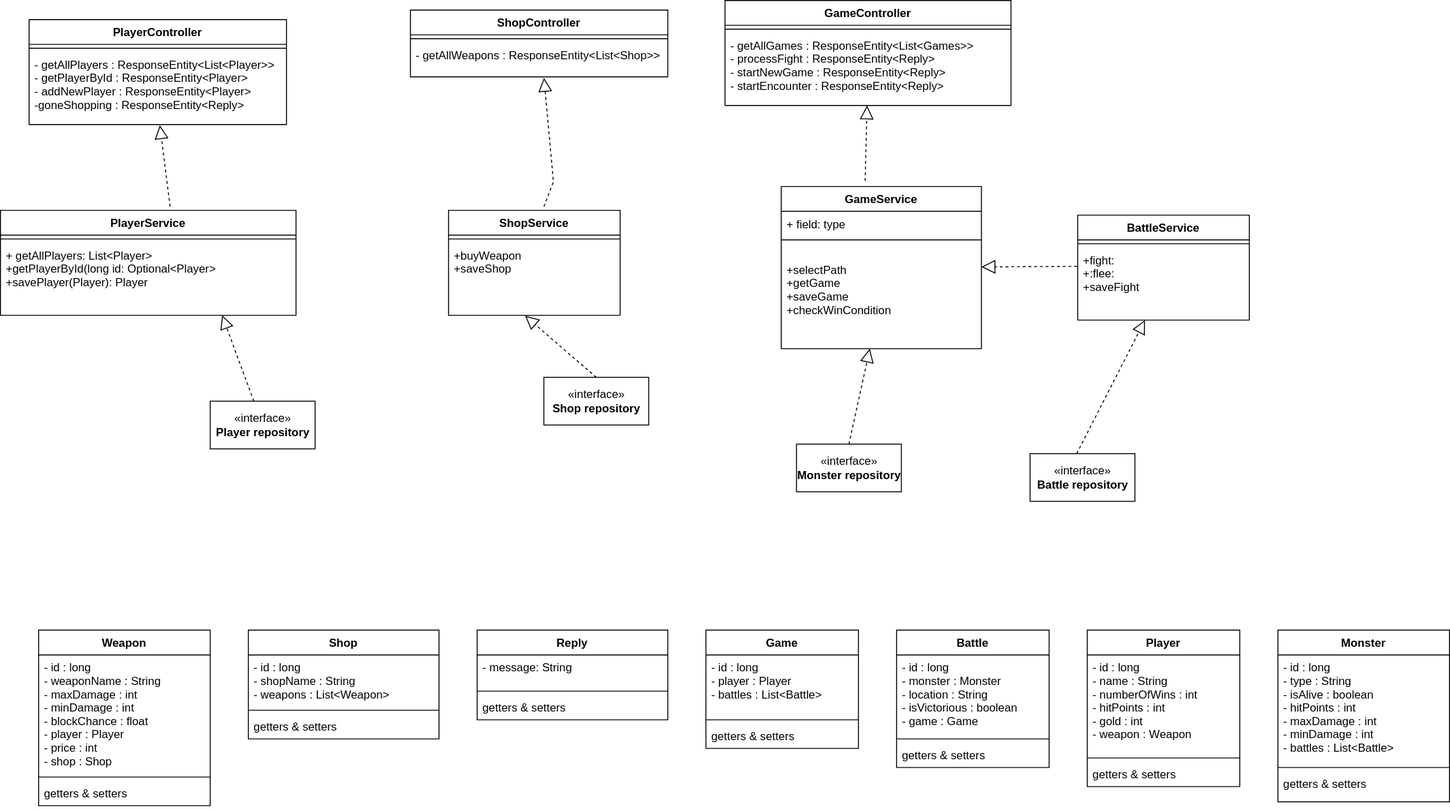
The draw.io diagram team7_uml.svg in RawMal/backend_project, before a commit. Source tidied: cells renumbered, new cells last; positions are measured from the earlier drawing's top-left corner, leaving out a move shared by most shapes.
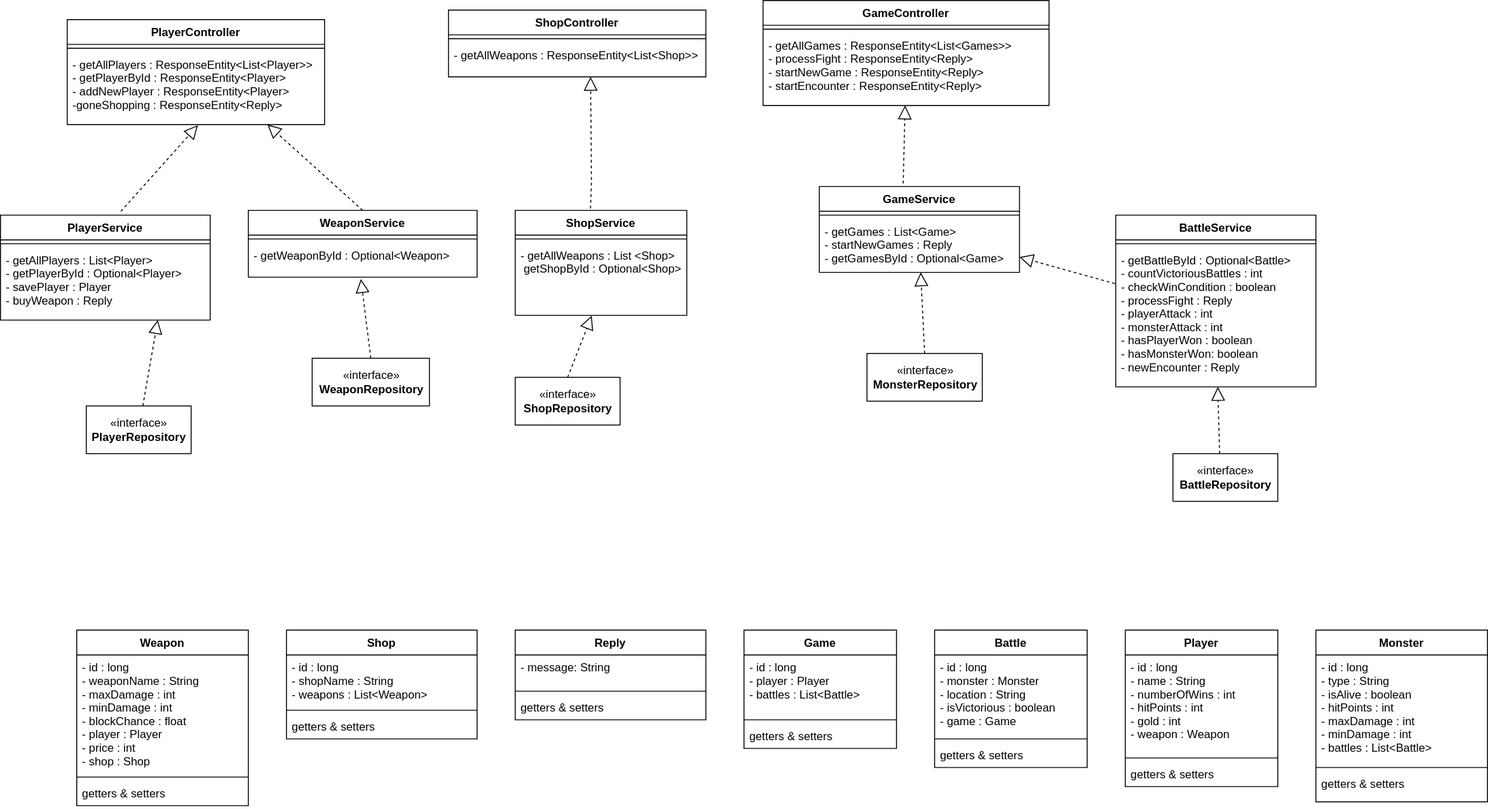
Later version of the same file.

Commit message:
added all relevant properties and methods to UML

Diff of the diagram source:
```diff
@@ -38,26 +38,26 @@
     <mxCell id="13" value="getters &amp; setters" style="text;strokeColor=none;fillColor=none;align=left;verticalAlign=top;spacingLeft=4;spacingRight=4;overflow=hidden;" parent="10" vertex="1">
       <mxGeometry y="148" width="180" height="32" as="geometry" />
     </mxCell>
-    <mxCell id="14" value="«interface»&lt;br&gt;&lt;b&gt;Battle repository&lt;/b&gt;" style="html=1;" parent="1" vertex="1">
-      <mxGeometry x="1080" y="475" width="110" height="50" as="geometry" />
+    <mxCell id="14" value="«interface»&lt;br&gt;&lt;b&gt;BattleRepository&lt;/b&gt;" style="html=1;" parent="1" vertex="1">
+      <mxGeometry x="1190" y="475" width="110" height="50" as="geometry" />
     </mxCell>
-    <mxCell id="15" value="«interface»&lt;br&gt;&lt;b&gt;Player repository&lt;/b&gt;" style="html=1;" parent="1" vertex="1">
-      <mxGeometry x="220" y="420" width="110" height="50" as="geometry" />
+    <mxCell id="15" value="«interface»&lt;br&gt;&lt;b&gt;PlayerRepository&lt;/b&gt;" style="html=1;" parent="1" vertex="1">
+      <mxGeometry x="50" y="425" width="110" height="50" as="geometry" />
     </mxCell>
-    <mxCell id="16" value="«interface»&lt;br&gt;&lt;b&gt;Monster repository&lt;/b&gt;" style="html=1;" parent="1" vertex="1">
-      <mxGeometry x="835" y="465" width="110" height="50" as="geometry" />
+    <mxCell id="16" value="«interface»&lt;br&gt;&lt;b&gt;MonsterRepository&lt;/b&gt;" style="html=1;" parent="1" vertex="1">
+      <mxGeometry x="869" y="370" width="121" height="50" as="geometry" />
     </mxCell>
-    <mxCell id="17" value="«interface»&lt;br&gt;&lt;b&gt;Shop repository&lt;/b&gt;" style="html=1;" parent="1" vertex="1">
-      <mxGeometry x="570" y="395" width="110" height="50" as="geometry" />
+    <mxCell id="17" value="«interface»&lt;br&gt;&lt;b&gt;ShopRepository&lt;/b&gt;" style="html=1;" parent="1" vertex="1">
+      <mxGeometry x="500" y="395" width="110" height="50" as="geometry" />
     </mxCell>
     <mxCell id="18" value="PlayerService" style="swimlane;fontStyle=1;align=center;verticalAlign=top;horizontal=1;startSize=26;" parent="1" vertex="1">
-      <mxGeometry y="220" width="310" height="110" as="geometry" />
+      <mxGeometry x="-40" y="225" width="220" height="110" as="geometry" />
     </mxCell>
     <mxCell id="19" style="line;strokeWidth=1;fillColor=none;align=left;verticalAlign=middle;spacingTop=-1;spacingLeft=3;spacingRight=3;labelPosition=right;strokeColor=inherit;" parent="18" vertex="1">
-      <mxGeometry y="26" width="310" height="8" as="geometry" />
+      <mxGeometry y="26" width="220" height="8" as="geometry" />
     </mxCell>
-    <mxCell id="20" value="+ getAllPlayers: List&lt;Player&gt;&#10;+getPlayerById(long id: Optional&lt;Player&gt; &#10;+savePlayer(Player): Player" style="text;strokeColor=none;fillColor=none;align=left;verticalAlign=top;spacingLeft=4;spacingRight=4;overflow=hidden;points=[[0,0.5],[1,0.5]];portConstraint=eastwest;" parent="18" vertex="1">
-      <mxGeometry y="34" width="310" height="76" as="geometry" />
+    <mxCell id="20" value="- getAllPlayers : List&lt;Player&gt;&#10;- getPlayerById : Optional&lt;Player&gt;&#10;- savePlayer : Player&#10;- buyWeapon : Reply" style="text;strokeColor=none;fillColor=none;align=left;verticalAlign=top;spacingLeft=4;spacingRight=4;overflow=hidden;points=[[0,0.5],[1,0.5]];portConstraint=eastwest;" parent="18" vertex="1">
+      <mxGeometry y="34" width="220" height="76" as="geometry" />
     </mxCell>
     <mxCell id="21" value="GameController" style="swimlane;fontStyle=1;align=center;verticalAlign=top;horizontal=1;startSize=26;" parent="1" vertex="1">
       <mxGeometry x="760" width="300" height="110" as="geometry" />
@@ -78,16 +78,13 @@
       <mxGeometry y="34" width="270" height="76" as="geometry" />
     </mxCell>
     <mxCell id="27" value="GameService" style="swimlane;fontStyle=1;align=center;verticalAlign=top;horizontal=1;startSize=26;" parent="1" vertex="1">
-      <mxGeometry x="819" y="195" width="210" height="170" as="geometry" />
+      <mxGeometry x="819" y="195" width="210" height="90" as="geometry" />
     </mxCell>
-    <mxCell id="28" value="+ field: type" style="text;strokeColor=none;fillColor=none;align=left;verticalAlign=top;spacingLeft=4;spacingRight=4;overflow=hidden;" parent="27" vertex="1">
-      <mxGeometry y="26" width="210" height="26" as="geometry" />
-    </mxCell>
     <mxCell id="29" style="line;strokeWidth=1;fillColor=none;align=left;verticalAlign=middle;spacingTop=-1;spacingLeft=3;spacingRight=3;labelPosition=right;strokeColor=inherit;" parent="27" vertex="1">
-      <mxGeometry y="52" width="210" height="8" as="geometry" />
+      <mxGeometry y="26" width="210" height="8" as="geometry" />
     </mxCell>
-    <mxCell id="30" value="&#10;+selectPath&#10;+getGame&#10;+saveGame&#10;+checkWinCondition" style="text;strokeColor=none;fillColor=none;align=left;verticalAlign=top;spacingLeft=4;spacingRight=4;overflow=hidden;points=[[0,0.5],[1,0.5]];portConstraint=eastwest;" parent="27" vertex="1">
-      <mxGeometry y="60" width="210" height="110" as="geometry" />
+    <mxCell id="30" value="- getGames : List&lt;Game&gt;&#10;- startNewGames : Reply&#10;- getGamesById : Optional&lt;Game&gt;" style="text;strokeColor=none;fillColor=none;align=left;verticalAlign=top;spacingLeft=4;spacingRight=4;overflow=hidden;points=[[0,0.5],[1,0.5]];portConstraint=eastwest;" parent="27" vertex="1">
+      <mxGeometry y="34" width="210" height="56" as="geometry" />
     </mxCell>
     <mxCell id="31" style="endArrow=block;dashed=1;endFill=0;endSize=12;html=1;rounded=0;exitX=0.574;exitY=-0.036;exitDx=0;exitDy=0;entryX=0.508;entryY=1.01;entryDx=0;entryDy=0;entryPerimeter=0;exitPerimeter=0;" parent="1" edge="1" source="18" target="26">
       <mxGeometry relative="1" as="geometry" />
@@ -123,13 +120,13 @@
       <mxGeometry y="68" width="200" height="26" as="geometry" />
     </mxCell>
     <mxCell id="42" value="BattleService" style="swimlane;fontStyle=1;align=center;verticalAlign=top;horizontal=1;startSize=26;" parent="1" vertex="1">
-      <mxGeometry x="1130" y="225" width="180" height="110" as="geometry" />
+      <mxGeometry x="1130" y="225" width="210" height="180" as="geometry" />
     </mxCell>
     <mxCell id="43" style="line;strokeWidth=1;fillColor=none;align=left;verticalAlign=middle;spacingTop=-1;spacingLeft=3;spacingRight=3;labelPosition=right;strokeColor=inherit;" parent="42" vertex="1">
-      <mxGeometry y="26" width="180" height="8" as="geometry" />
+      <mxGeometry y="26" width="210" height="8" as="geometry" />
     </mxCell>
-    <mxCell id="44" value="+fight:&#10;+:flee:&#10;+saveFight  &#10;" style="text;strokeColor=none;fillColor=none;align=left;verticalAlign=top;spacingLeft=4;spacingRight=4;overflow=hidden;points=[[0,0.5],[1,0.5]];portConstraint=eastwest;" parent="42" vertex="1">
-      <mxGeometry y="34" width="180" height="76" as="geometry" />
+    <mxCell id="44" value="- getBattleById : Optional&lt;Battle&gt;&#10;- countVictoriousBattles : int&#10;- checkWinCondition : boolean&#10;- processFight : Reply&#10;- playerAttack : int&#10;- monsterAttack : int&#10;- hasPlayerWon : boolean&#10;- hasMonsterWon: boolean&#10;- newEncounter : Reply" style="text;strokeColor=none;fillColor=none;align=left;verticalAlign=top;spacingLeft=4;spacingRight=4;overflow=hidden;points=[[0,0.5],[1,0.5]];portConstraint=eastwest;" parent="42" vertex="1">
+      <mxGeometry y="34" width="210" height="146" as="geometry" />
     </mxCell>
     <mxCell id="45" value="Battle" style="swimlane;fontStyle=1;align=center;verticalAlign=top;horizontal=1;startSize=26;" parent="1" vertex="1">
       <mxGeometry x="940" y="660" width="160" height="144" as="geometry" />
@@ -147,15 +144,15 @@
       <mxGeometry relative="1" as="geometry" />
     </mxCell>
     <mxCell id="50" value="ShopService" style="swimlane;fontStyle=1;align=center;verticalAlign=top;horizontal=1;startSize=26;" parent="1" vertex="1">
-      <mxGeometry x="470" y="220" width="180" height="110" as="geometry" />
+      <mxGeometry x="500" y="220" width="180" height="110" as="geometry" />
     </mxCell>
     <mxCell id="51" style="line;strokeWidth=1;fillColor=none;align=left;verticalAlign=middle;spacingTop=-1;spacingLeft=3;spacingRight=3;labelPosition=right;strokeColor=inherit;" parent="50" vertex="1">
       <mxGeometry y="26" width="180" height="8" as="geometry" />
     </mxCell>
-    <mxCell id="52" value="+buyWeapon&#10;+saveShop  &#10;" style="text;strokeColor=none;fillColor=none;align=left;verticalAlign=top;spacingLeft=4;spacingRight=4;overflow=hidden;points=[[0,0.5],[1,0.5]];portConstraint=eastwest;" parent="50" vertex="1">
+    <mxCell id="52" value="- getAllWeapons : List &lt;Shop&gt;&#10; getShopById : Optional&lt;Shop&gt;" style="text;strokeColor=none;fillColor=none;align=left;verticalAlign=top;spacingLeft=4;spacingRight=4;overflow=hidden;points=[[0,0.5],[1,0.5]];portConstraint=eastwest;" parent="50" vertex="1">
       <mxGeometry y="34" width="180" height="76" as="geometry" />
     </mxCell>
-    <mxCell id="53" style="endArrow=block;dashed=1;endFill=0;endSize=12;html=1;rounded=0;exitX=0.556;exitY=-0.036;exitDx=0;exitDy=0;entryX=0.519;entryY=1.031;entryDx=0;entryDy=0;entryPerimeter=0;exitPerimeter=0;" parent="1" edge="1" source="50" target="64">
+    <mxCell id="53" style="endArrow=block;dashed=1;endFill=0;endSize=12;html=1;rounded=0;exitX=0.439;exitY=-0.018;exitDx=0;exitDy=0;exitPerimeter=0;entryX=0.552;entryY=1;entryDx=0;entryDy=0;entryPerimeter=0;" parent="1" edge="1" source="50" target="64">
       <mxGeometry relative="1" as="geometry">
         <Array as="points">
           <mxPoint x="580" y="190" />
@@ -195,5 +192,26 @@
     <mxCell id="64" value="- getAllWeapons : ResponseEntity&lt;List&lt;Shop&gt;&gt;" style="text;strokeColor=none;fillColor=none;align=left;verticalAlign=top;spacingLeft=4;spacingRight=4;overflow=hidden;points=[[0,0.5],[1,0.5]];portConstraint=eastwest;" parent="62" vertex="1">
       <mxGeometry y="34" width="270" height="36" as="geometry" />
     </mxCell>
+    <mxCell id="65" value="WeaponService" style="swimlane;fontStyle=1;align=center;verticalAlign=top;horizontal=1;startSize=26;" parent="1" vertex="1">
+      <mxGeometry x="220" y="220" width="240" height="70" as="geometry" />
+    </mxCell>
+    <mxCell id="66" style="line;strokeWidth=1;fillColor=none;align=left;verticalAlign=middle;spacingTop=-1;spacingLeft=3;spacingRight=3;labelPosition=right;strokeColor=inherit;" parent="65" vertex="1">
+      <mxGeometry y="26" width="240" height="8" as="geometry" />
+    </mxCell>
+    <mxCell id="67" value="- getWeaponById : Optional&lt;Weapon&gt;" style="text;strokeColor=none;fillColor=none;align=left;verticalAlign=top;spacingLeft=4;spacingRight=4;overflow=hidden;points=[[0,0.5],[1,0.5]];portConstraint=eastwest;" parent="65" vertex="1">
+      <mxGeometry y="34" width="240" height="36" as="geometry" />
+    </mxCell>
+    <mxCell id="68" value="«interface»&lt;br&gt;&lt;b&gt;WeaponRepository&lt;/b&gt;" style="html=1;" parent="1" vertex="1">
+      <mxGeometry x="287" y="375" width="123" height="50" as="geometry" />
+    </mxCell>
+    <mxCell id="69" style="endArrow=block;dashed=1;endFill=0;endSize=12;html=1;rounded=0;entryX=0.492;entryY=1.056;entryDx=0;entryDy=0;exitX=0.5;exitY=0;exitDx=0;exitDy=0;entryPerimeter=0;" parent="1" edge="1" source="68" target="67">
+      <mxGeometry relative="1" as="geometry" />
+    </mxCell>
+    <mxCell id="70" style="endArrow=block;dashed=1;endFill=0;endSize=12;html=1;rounded=0;exitX=0.5;exitY=0;exitDx=0;exitDy=0;entryX=0.778;entryY=1;entryDx=0;entryDy=0;entryPerimeter=0;" parent="1" edge="1" source="65" target="26">
+      <mxGeometry relative="1" as="geometry" />
+    </mxCell>
+    <mxCell id="71" value="&lt;span style=&quot;color: rgba(0, 0, 0, 0); font-family: monospace; font-size: 0px; text-align: start; background-color: rgb(248, 249, 250);&quot;&gt;%3CmxGraphModel%3E%3Croot%3E%3CmxCell%20id%3D%220%22%2F%3E%3CmxCell%20id%3D%221%22%20parent%3D%220%22%2F%3E%3CmxCell%20id%3D%222%22%20value%3D%22PlayerService%22%20style%3D%22swimlane%3BfontStyle%3D1%3Balign%3Dcenter%3BverticalAlign%3Dtop%3BchildLayout%3DstackLayout%3Bhorizontal%3D1%3BstartSize%3D26%3BhorizontalStack%3D0%3BresizeParent%3D1%3BresizeParentMax%3D0%3BresizeLast%3D0%3Bcollapsible%3D1%3BmarginBottom%3D0%3B%22%20vertex%3D%221%22%20parent%3D%221%22%3E%3CmxGeometry%20x%3D%22290%22%20y%3D%22330%22%20width%3D%22160%22%20height%3D%2286%22%20as%3D%22geometry%22%2F%3E%3C%2FmxCell%3E%3CmxCell%20id%3D%223%22%20value%3D%22%2B%20field%3A%20type%22%20style%3D%22text%3BstrokeColor%3Dnone%3BfillColor%3Dnone%3Balign%3Dleft%3BverticalAlign%3Dtop%3BspacingLeft%3D4%3BspacingRight%3D4%3Boverflow%3Dhidden%3Brotatable%3D0%3Bpoints%3D%5B%5B0%2C0.5%5D%2C%5B1%2C0.5%5D%5D%3BportConstraint%3Deastwest%3B%22%20vertex%3D%221%22%20parent%3D%222%22%3E%3CmxGeometry%20y%3D%2226%22%20width%3D%22160%22%20height%3D%2226%22%20as%3D%22geometry%22%2F%3E%3C%2FmxCell%3E%3CmxCell%20id%3D%224%22%20value%3D%22%22%20style%3D%22line%3BstrokeWidth%3D1%3BfillColor%3Dnone%3Balign%3Dleft%3BverticalAlign%3Dmiddle%3BspacingTop%3D-1%3BspacingLeft%3D3%3BspacingRight%3D3%3Brotatable%3D0%3BlabelPosition%3Dright%3Bpoints%3D%5B%5D%3BportConstraint%3Deastwest%3BstrokeColor%3Dinherit%3B%22%20vertex%3D%221%22%20parent%3D%222%22%3E%3CmxGeometry%20y%3D%2252%22%20width%3D%22160%22%20height%3D%228%22%20as%3D%22geometry%22%2F%3E%3C%2FmxCell%3E%3CmxCell%20id%3D%225%22%20value%3D%22%2B%20method(type)%3A%20type%22%20style%3D%22text%3BstrokeColor%3Dnone%3BfillColor%3Dnone%3Balign%3Dleft%3BverticalAlign%3Dtop%3BspacingLeft%3D4%3BspacingRight%3D4%3Boverflow%3Dhidden%3Brotatable%3D0%3Bpoints%3D%5B%5B0%2C0.5%5D%2C%5B1%2C0.5%5D%5D%3BportConstraint%3Deastwest%3B%22%20vertex%3D%221%22%20parent%3D%222%22%3E%3CmxGeometry%20y%3D%2260%22%20width%3D%22160%22%20height%3D%2226%22%20as%3D%22geometry%22%2F%3E%3C%2FmxCell%3E%3C%2Froot%3E%3C%2FmxGraphModel%3&lt;/span&gt;" style="edgeLabel;html=1;align=center;verticalAlign=middle;" parent="70" vertex="1">
+      <mxGeometry x="0.2" y="-3" relative="1" as="geometry" />
+    </mxCell>
   </root>
 </mxGraphModel>
```
